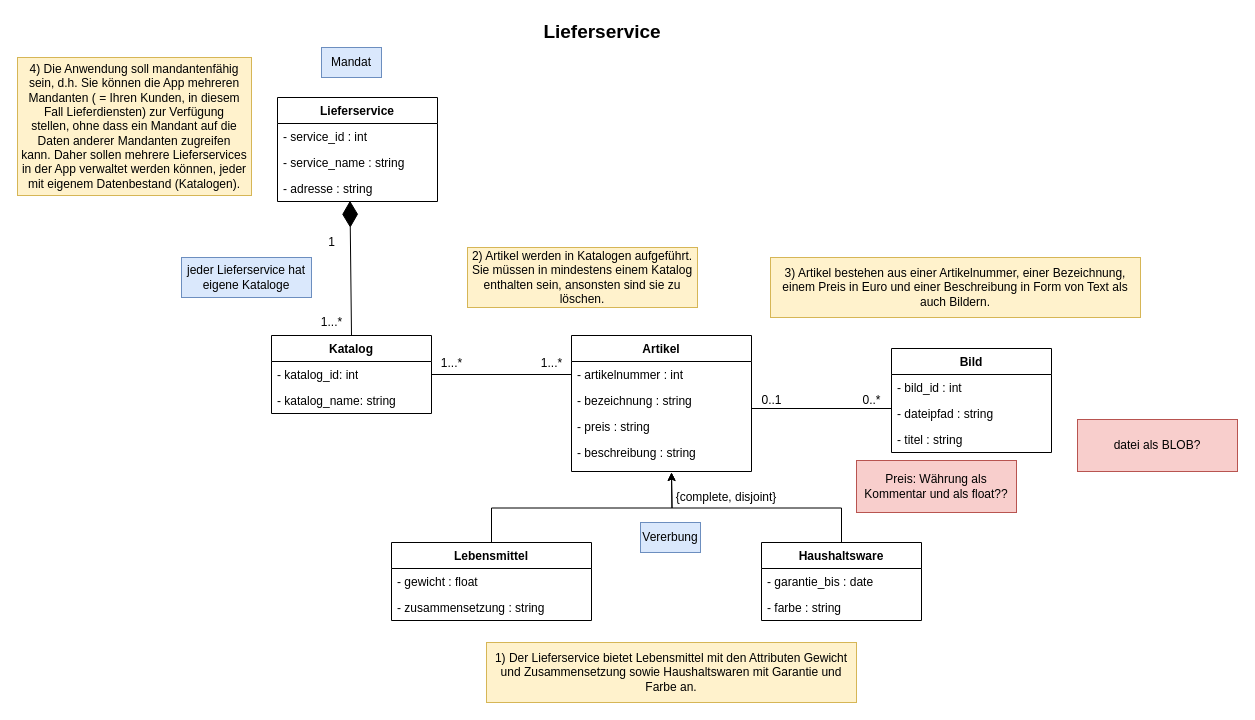
maily1412/DBS2_Praktikum keeps this draw.io diagram as Praktikum2/Lieferservice_UML_Klassendiagramm.drawio. Above is the earlier version. Source tidied: cells renumbered, new cells numbered last; positions are measured from the earlier drawing's top-left corner, leaving out a move shared by most shapes. Both pictures are drawn from the tidied source at 100%, with x=0, y=0 at pixel (17, 17).
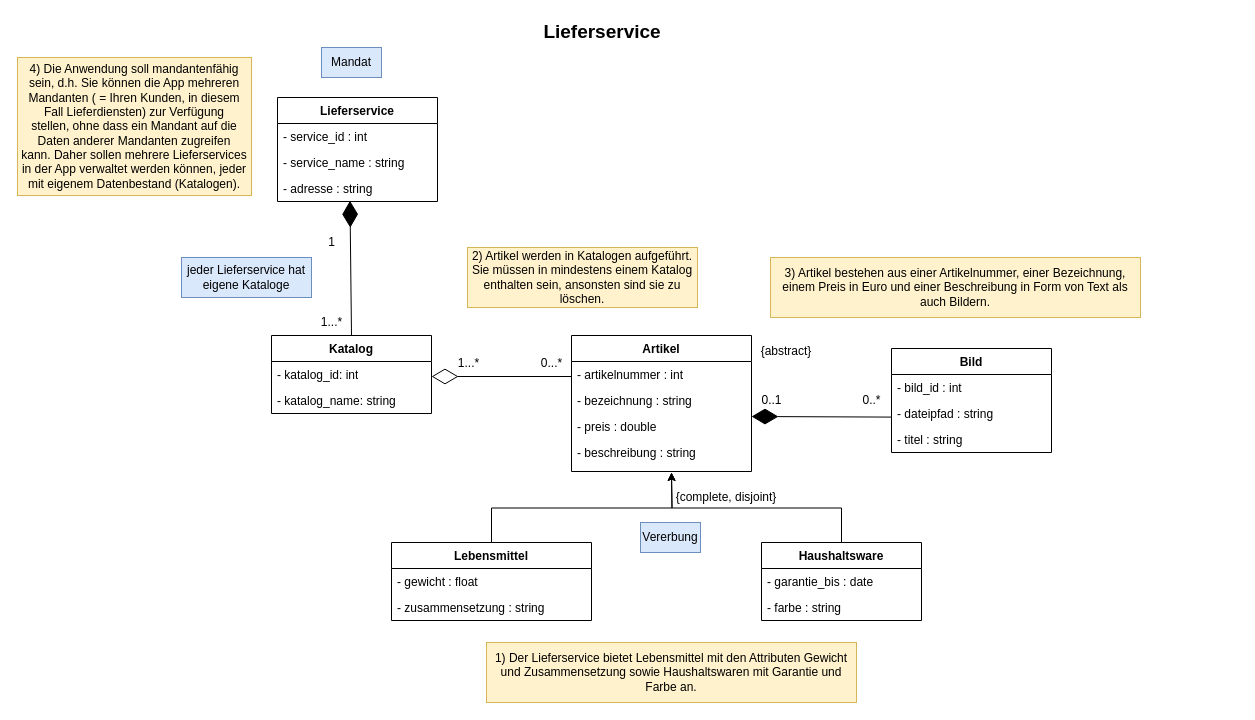
After the change.

Commit message:
UML aktualisieren

Unchanged cells that the change refers to:
```xml
<mxCell id="10" value="Artikel" style="swimlane;fontStyle=1;align=center;verticalAlign=top;horizontal=1;startSize=26;whiteSpace=wrap;html=1;" parent="1" vertex="1">
  <mxGeometry x="554" y="318" width="180" height="136" as="geometry" />
</mxCell>
<mxCell id="11" value="- artikelnummer : int" style="text;strokeColor=none;fillColor=none;align=left;verticalAlign=top;spacingLeft=4;spacingRight=4;overflow=hidden;points=[[0,0.5],[1,0.5]];portConstraint=eastwest;whiteSpace=wrap;html=1;" parent="10" vertex="1">
  <mxGeometry y="26" width="180" height="26" as="geometry" />
</mxCell>
<mxCell id="16" value="- katalog_id: int" style="text;strokeColor=none;fillColor=none;align=left;verticalAlign=top;spacingLeft=4;spacingRight=4;overflow=hidden;points=[[0,0.5],[1,0.5]];portConstraint=eastwest;whiteSpace=wrap;html=1;" parent="15" vertex="1">
  <mxGeometry y="26" width="160" height="26" as="geometry" />
</mxCell>
```

The edit, as a diff of the source:
```diff
@@
-    <mxCell id="13" value="- preis : string" style="text;strokeColor=none;fillColor=none;align=left;verticalAlign=top;spacingLeft=4;spacingRight=4;overflow=hidden;whiteSpace=wrap;html=1;" parent="10" vertex="1">
+    <mxCell id="13" value="- preis : double" style="text;strokeColor=none;fillColor=none;align=left;verticalAlign=top;spacingLeft=4;spacingRight=4;overflow=hidden;whiteSpace=wrap;html=1;" parent="10" vertex="1">
       <mxGeometry y="78" width="180" height="26" as="geometry" />
     </mxCell>
@@
     <mxCell id="22" value="1...*" style="text;html=1;align=center;verticalAlign=middle;strokeColor=none;fillColor=none;" parent="1" vertex="1">
-      <mxGeometry x="414" y="331" width="40" height="30" as="geometry" />
+      <mxGeometry x="431" y="331" width="40" height="30" as="geometry" />
     </mxCell>
@@
-    <mxCell id="24" value="1...*" style="text;html=1;align=center;verticalAlign=middle;strokeColor=none;fillColor=none;" parent="1" vertex="1">
+    <mxCell id="24" value="0...*" style="text;html=1;align=center;verticalAlign=middle;strokeColor=none;fillColor=none;" parent="1" vertex="1">
       <mxGeometry x="514" y="331" width="40" height="30" as="geometry" />
     </mxCell>
@@
-    <mxCell id="31" value="Preis: Währung als Kommentar und als float??" style="text;html=1;align=center;verticalAlign=middle;whiteSpace=wrap;rounded=0;fillColor=#f8cecc;strokeColor=#b85450;" parent="1" vertex="1">
-      <mxGeometry x="839" y="443" width="160" height="52" as="geometry" />
-    </mxCell>
@@
-    <mxCell id="36" style="endArrow=none;html=1;rounded=0;exitX=1;exitY=0.5;exitDx=0;exitDy=0;entryX=0;entryY=0.25;entryDx=0;entryDy=0;" parent="1" edge="1">
-      <mxGeometry relative="1" as="geometry">
-        <mxPoint x="734" y="391" as="sourcePoint" />
-        <mxPoint x="874" y="391" as="targetPoint" />
-      </mxGeometry>
-    </mxCell>
@@
-    <mxCell id="39" style="endArrow=none;html=1;rounded=0;exitX=1;exitY=0.5;exitDx=0;exitDy=0;entryX=0;entryY=0.5;entryDx=0;entryDy=0;" parent="1" edge="1" source="16" target="11">
-      <mxGeometry relative="1" as="geometry" />
-    </mxCell>
@@
-    <mxCell id="45" value="datei als BLOB?" style="text;html=1;align=center;verticalAlign=middle;whiteSpace=wrap;rounded=0;fillColor=#f8cecc;strokeColor=#b85450;" parent="1" vertex="1">
-      <mxGeometry x="1060" y="402" width="160" height="52" as="geometry" />
-    </mxCell>
+    <mxCell id="46" value="{abstract}" style="text;html=1;align=center;verticalAlign=middle;whiteSpace=wrap;rounded=0;" parent="1" vertex="1">
+      <mxGeometry x="704" y="318.5" width="130" height="30" as="geometry" />
+    </mxCell>
+    <mxCell id="47" style="endArrow=diamondThin;endFill=0;endSize=24;html=1;rounded=0;entryX=1;entryY=0.5;entryDx=0;entryDy=0;exitX=0;exitY=0.5;exitDx=0;exitDy=0;" parent="1" edge="1">
+      <mxGeometry relative="1" as="geometry">
+        <mxPoint x="554" y="359" as="sourcePoint" />
+        <mxPoint x="414" y="359" as="targetPoint" />
+      </mxGeometry>
+    </mxCell>
+    <mxCell id="48" style="endArrow=diamondThin;endFill=1;endSize=24;html=1;rounded=0;entryX=1;entryY=0.5;entryDx=0;entryDy=0;exitX=0.002;exitY=0.024;exitDx=0;exitDy=0;exitPerimeter=0;" parent="1" edge="1">
+      <mxGeometry relative="1" as="geometry">
+        <mxPoint x="874.3" y="399.6" as="sourcePoint" />
+        <mxPoint x="734" y="399" as="targetPoint" />
+      </mxGeometry>
+    </mxCell>
```
